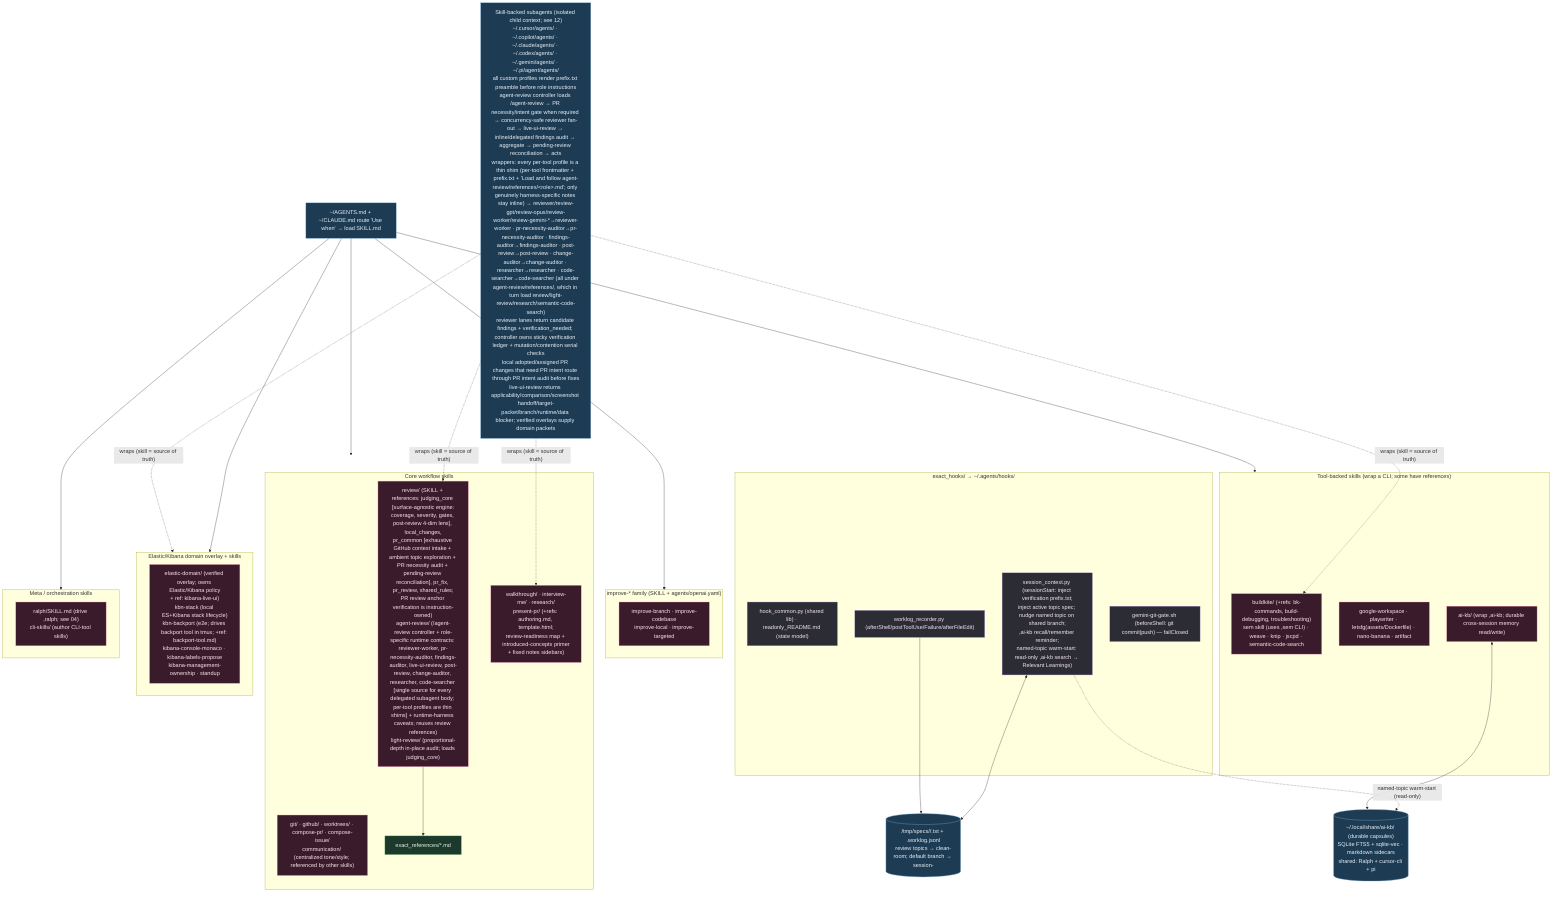
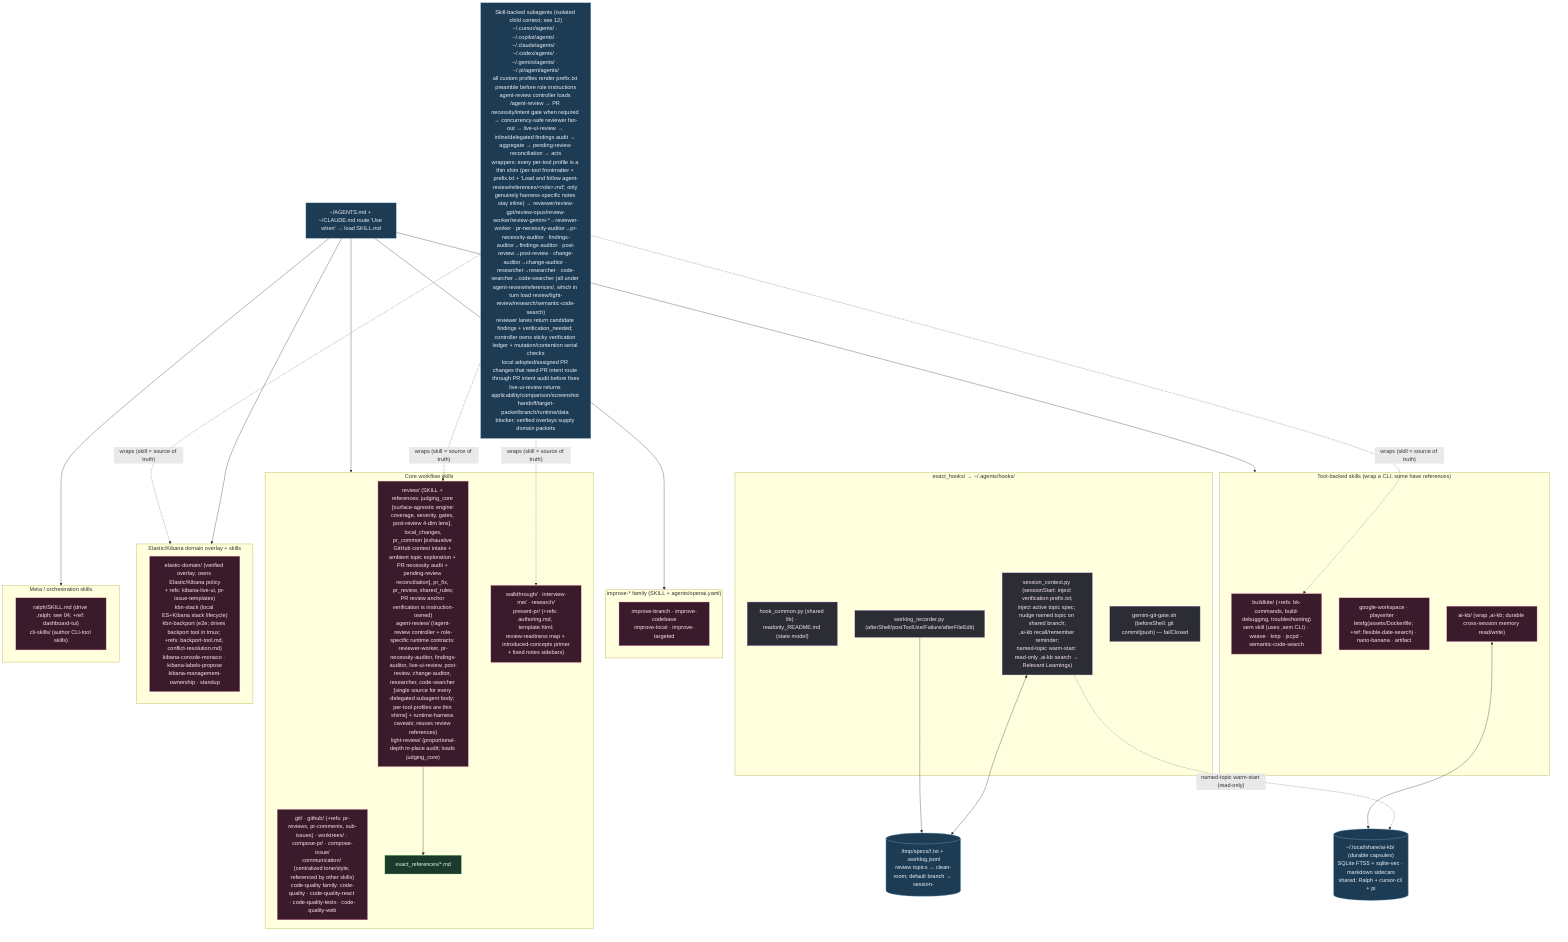
%% ============================================================================
- %% 03b-agent-skills-hooks.mmd — Every file under home/exact_dot_agents/ (73).
+ %% 03b-agent-skills-hooks.mmd — Every file under home/exact_dot_agents/ (83).
%% Skills → ~/.agents/skills/ (intent-routed SKILL.md). Shared hooks → ~/.agents/hooks/.
%% ============================================================================
flowchart TB
    classDef skill fill:#3a1b2b,stroke:#f48fb1,color:#fce4ec;
    classDef hook fill:#2c2c34,stroke:#b39ddb,color:#f3e5f5;
    classDef ref fill:#1b3a2b,stroke:#81c784,color:#e8f5e9;
    classDef data fill:#1d3b53,stroke:#7fb3d5,color:#eaf2f8;

    subgraph HOOKS["exact_hooks/ → ~/.agents/hooks/"]
        HC["hook_common.py (shared lib) · readonly_README.md (state model)"]:::hook
        SCx["session_context.py (sessionStart: inject verification prefix.txt;<br/>inject active topic spec; nudge named topic on shared branch;<br/>,ai-kb recall/remember reminder;<br/>named-topic warm-start: read-only ,ai-kb search → Relevant Learnings)"]:::hook
        WLx["worklog_recorder.py (afterShell/postToolUse/Failure/afterFileEdit)"]:::hook
        GG["gemini-git-gate.sh (beforeShell: git commit|push) — failClosed"]:::hook
    end

    MEM[("/tmp/specs/<pwd>/<topic>.txt + .worklog.jsonl<br/>review topics → clean-room; default branch → session-<id>")]:::data
    SCx <--> MEM
    WLx --> MEM

    KBDB[("~/.local/share/ai-kb/ (durable capsules)<br/>SQLite FTS5 + sqlite-vec · markdown sidecars<br/>shared: Ralph + cursor-cli + pi")]:::data
    SCx -. "named-topic warm-start (read-only)" .-> KBDB

    subgraph CORE["Core workflow skills"]
        S1["review/ (SKILL + references: judging_core [surface-agnostic engine:<br/>coverage, severity, gates, post-review 4-dim lens], local_changes,<br/>pr_common [exhaustive GitHub context intake + ambient topic exploration + PR necessity audit + pending-review reconciliation], pr_fix, pr_review, shared_rules;<br/>PR review anchor verification is instruction-owned)<br/>agent-review/ (/agent-review controller + role-specific runtime contracts: reviewer-worker, pr-necessity-auditor, findings-auditor, live-ui-review, post-review, change-auditor, researcher, code-searcher [single source for every delegated subagent body; per-tool profiles are thin shims] + runtime-harness caveats; reuses review references)<br/>light-review/ (proportional-depth in-place audit; loads judging_core)"]:::skill
-         S2["git/ · github/ · worktrees/ · compose-pr/ · compose-issue/<br/>communication/ (centralized tone/style; referenced by other skills)"]:::skill
+         S2["git/ · github/ (+refs: pr-reviews, pr-comments, sub-issues) · worktrees/ · compose-pr/ · compose-issue/<br/>communication/ (centralized tone/style; referenced by other skills)<br/>code-quality family: code-quality · code-quality-react · code-quality-tests · code-quality-web"]:::skill
        S3["walkthrough/ · interview-me/ · research/<br/>present-pr/ (+refs: authoring.md, template.html;<br/>review-readiness map + introduced-concepts primer<br/>+ fixed notes sidebars)"]:::skill
        S1 --> R1["exact_references/*.md"]:::ref
    end

    subgraph IMPROVE["improve-* family (SKILL + agents/openai.yaml)"]
        S4["improve-branch · improve-codebase<br/>improve-local · improve-targeted"]:::skill
    end

    subgraph TOOLS["Tool-backed skills (wrap a CLI; some have references)"]
        S5["buildkite/ (+refs: bk-commands, build-debugging, troubleshooting)<br/>sem skill (uses ,sem CLI) · weave · knip · jscpd · semantic-code-search"]:::skill
-         S6["google-workspace · playwriter · letsfg(assets/Dockerfile) · nano-banana · artifact"]:::skill
+         S6["google-workspace · playwriter · letsfg(assets/Dockerfile; +ref: flexible-date-search) · nano-banana · artifact"]:::skill
        S7["ai-kb/ (wrap ,ai-kb; durable cross-session memory read/write)"]:::skill
    end

    subgraph KBN["Elastic/Kibana domain overlay + skills"]
-         S8["elastic-domain/ (verified overlay; owns Elastic/Kibana policy<br/>+ ref: kibana-live-ui)<br/>kbn-stack (local ES+Kibana stack lifecycle)<br/>kbn-backport (e2e; drives backport tool in tmux; +ref: backport-tool.md)<br/>kibana-console-monaco · kibana-labels-propose<br/>kibana-management-ownership · standup"]:::skill
+         S8["elastic-domain/ (verified overlay; owns Elastic/Kibana policy<br/>+ refs: kibana-live-ui, pr-issue-templates)<br/>kbn-stack (local ES+Kibana stack lifecycle)<br/>kbn-backport (e2e; drives backport tool in tmux; +refs: backport-tool.md, conflict-resolution.md)<br/>kibana-console-monaco · kibana-labels-propose<br/>kibana-management-ownership · standup"]:::skill
    end

    subgraph META["Meta / orchestration skills"]
-         S9["ralph/SKILL.md (drive ,ralph; see 04)<br/>cli-skills/ (author CLI-tool skills)"]:::skill
+         S9["ralph/SKILL.md (drive ,ralph; see 04; +ref: dashboard-tui)<br/>cli-skills/ (author CLI-tool skills)"]:::skill
    end

    SOPS["~/AGENTS.md + ~/CLAUDE.md route 'Use when' → load SKILL.md"]:::data
    SOPS --> CORE & IMPROVE & TOOLS & KBN & META
    S7 <--> KBDB

    SUBA["Skill-backed subagents (isolated child context; see 12)<br/>~/.cursor/agents/ · ~/.copilot/agents/ · ~/.claude/agents/ · ~/.codex/agents/ · ~/.gemini/agents/ · ~/.pi/agent/agents/<br/>all custom profiles render prefix.txt preamble before role instructions<br/>agent-review controller loads /agent-review → PR necessity/intent gate when required → concurrency-safe reviewer fan-out → live-ui-review → inline/delegated findings audit → aggregate → pending-review reconciliation → acts<br/>wrappers: every per-tool profile is a thin shim (per-tool frontmatter + prefix.txt + 'Load and follow agent-review/references/&lt;role&gt;.md'; only genuinely harness-specific notes stay inline) → reviewer/review-gpt/review-opus/review-worker/review-gemini-*→reviewer-worker · pr-necessity-auditor→pr-necessity-auditor · findings-auditor→findings-auditor · post-review→post-review · change-auditor→change-auditor · researcher→researcher · code-searcher→code-searcher (all under agent-review/references/, which in turn load review/light-review/research/semantic-code-search)<br/>reviewer lanes return candidate findings + verification_needed; controller owns sticky verification ledger + mutation/contention serial checks<br/>local adopted/assigned PR changes that need PR intent route through PR intent audit before fixes<br/>live-ui-review returns applicability/comparison/screenshot handoff/target-packet/branch/runtime/data blocker; verified overlays supply domain packets"]:::data
    SUBA -.->|"wraps (skill = source of truth)"| S1 & S3 & S5 & KBN
